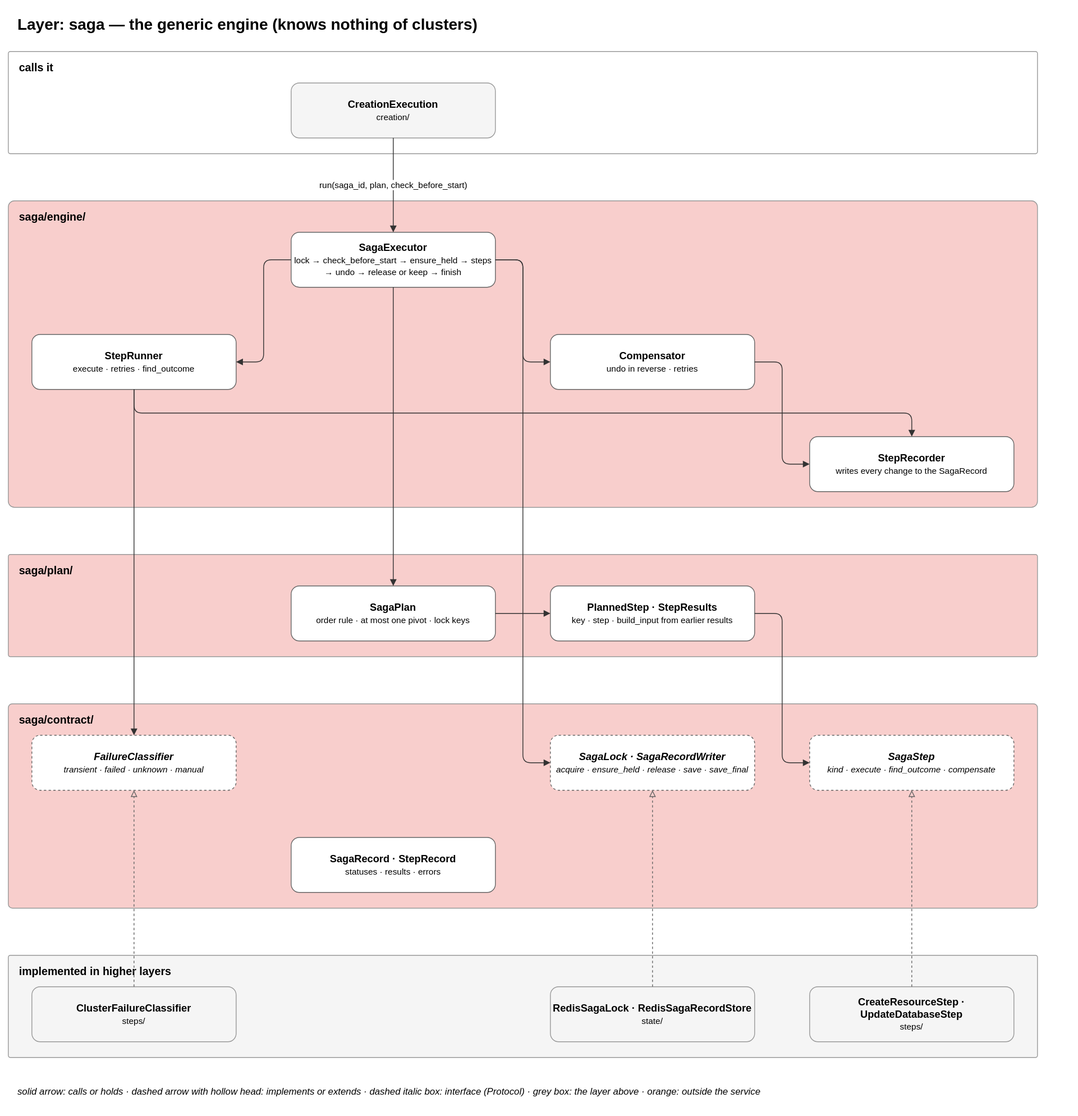
Above: docs/diagrams/06-layer-saga.drawio.svg in EliShteinman/redis-enterprise-services (draw.io), before the change. Source tidied: cells renumbered, new cells last; positions are measured from the earlier drawing's top-left corner, leaving out a move shared by most shapes.
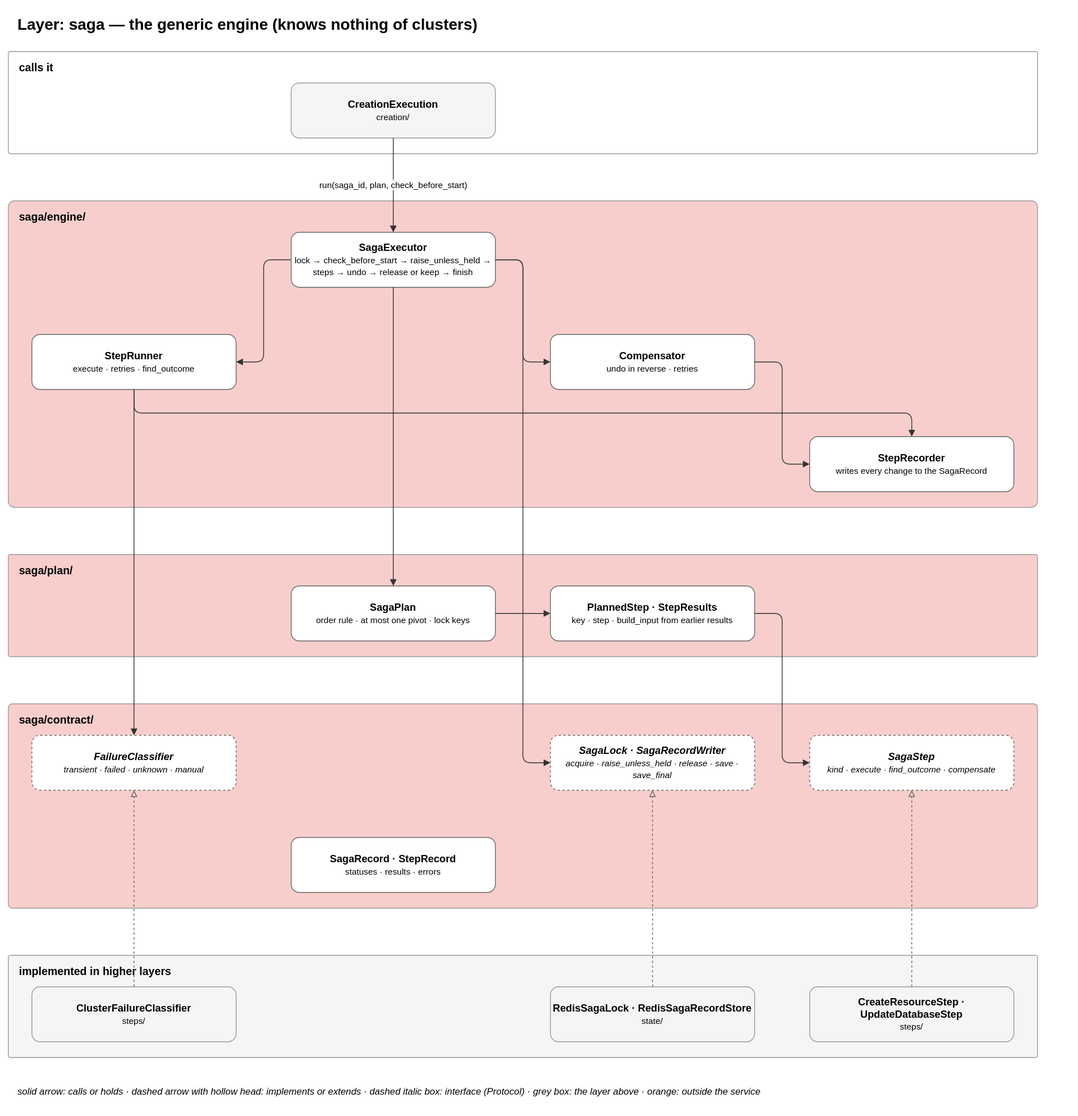
The same diagram one commit later.

Commit message:
docs: the saga lock check is raise_unless_held and the find callback is keep_result_if_none_kept

What changed in the source:
```diff
@@ -14,7 +14,7 @@
     <mxCell id="5" value="&lt;b&gt;saga/engine/&lt;/b&gt;" style="rounded=1;arcSize=2;fillColor=#f8cecc;strokeColor=#999999;verticalAlign=top;align=left;spacingLeft=12;spacingTop=6;html=1;fontSize=14;" parent="1" vertex="1">
       <mxGeometry y="245" width="1310" height="390" as="geometry" />
     </mxCell>
-    <mxCell id="6" value="&lt;b&gt;SagaExecutor&lt;/b&gt;&lt;br&gt;&lt;font style='font-size:11px'&gt;lock → check_before_start → ensure_held → steps → undo → release or keep → finish&lt;/font&gt;" style="rounded=1;whiteSpace=wrap;html=1;fillColor=#ffffff;strokeColor=#666666;fontSize=13;" parent="1" vertex="1">
+    <mxCell id="6" value="&lt;b&gt;SagaExecutor&lt;/b&gt;&lt;br&gt;&lt;font style='font-size:11px'&gt;lock → check_before_start → raise_unless_held → steps → undo → release or keep → finish&lt;/font&gt;" style="rounded=1;whiteSpace=wrap;html=1;fillColor=#ffffff;strokeColor=#666666;fontSize=13;" parent="1" vertex="1">
       <mxGeometry x="360" y="285" width="260" height="70" as="geometry" />
     </mxCell>
     <mxCell id="7" value="&lt;b&gt;StepRunner&lt;/b&gt;&lt;br&gt;&lt;font style='font-size:11px'&gt;execute · retries · find_outcome&lt;/font&gt;" style="rounded=1;whiteSpace=wrap;html=1;fillColor=#ffffff;strokeColor=#666666;fontSize=13;" parent="1" vertex="1">
@@ -41,7 +41,7 @@
     <mxCell id="14" value="&lt;b&gt;FailureClassifier&lt;/b&gt;&lt;br&gt;&lt;font style='font-size:11px'&gt;transient · failed · unknown · manual&lt;/font&gt;" style="rounded=1;whiteSpace=wrap;html=1;fillColor=#ffffff;strokeColor=#666666;fontSize=13;dashed=1;fontStyle=2;" parent="1" vertex="1">
       <mxGeometry x="30" y="925" width="260" height="70" as="geometry" />
     </mxCell>
-    <mxCell id="15" value="&lt;b&gt;SagaLock · SagaRecordWriter&lt;/b&gt;&lt;br&gt;&lt;font style='font-size:11px'&gt;acquire · ensure_held · release · save · save_final&lt;/font&gt;" style="rounded=1;whiteSpace=wrap;html=1;fillColor=#ffffff;strokeColor=#666666;fontSize=13;dashed=1;fontStyle=2;" parent="1" vertex="1">
+    <mxCell id="15" value="&lt;b&gt;SagaLock · SagaRecordWriter&lt;/b&gt;&lt;br&gt;&lt;font style='font-size:11px'&gt;acquire · raise_unless_held · release · save · save_final&lt;/font&gt;" style="rounded=1;whiteSpace=wrap;html=1;fillColor=#ffffff;strokeColor=#666666;fontSize=13;dashed=1;fontStyle=2;" parent="1" vertex="1">
       <mxGeometry x="690" y="925" width="260" height="70" as="geometry" />
     </mxCell>
     <mxCell id="16" value="&lt;b&gt;SagaStep&lt;/b&gt;&lt;br&gt;&lt;font style='font-size:11px'&gt;kind · execute · find_outcome · compensate&lt;/font&gt;" style="rounded=1;whiteSpace=wrap;html=1;fillColor=#ffffff;strokeColor=#666666;fontSize=13;dashed=1;fontStyle=2;" parent="1" vertex="1">
```
